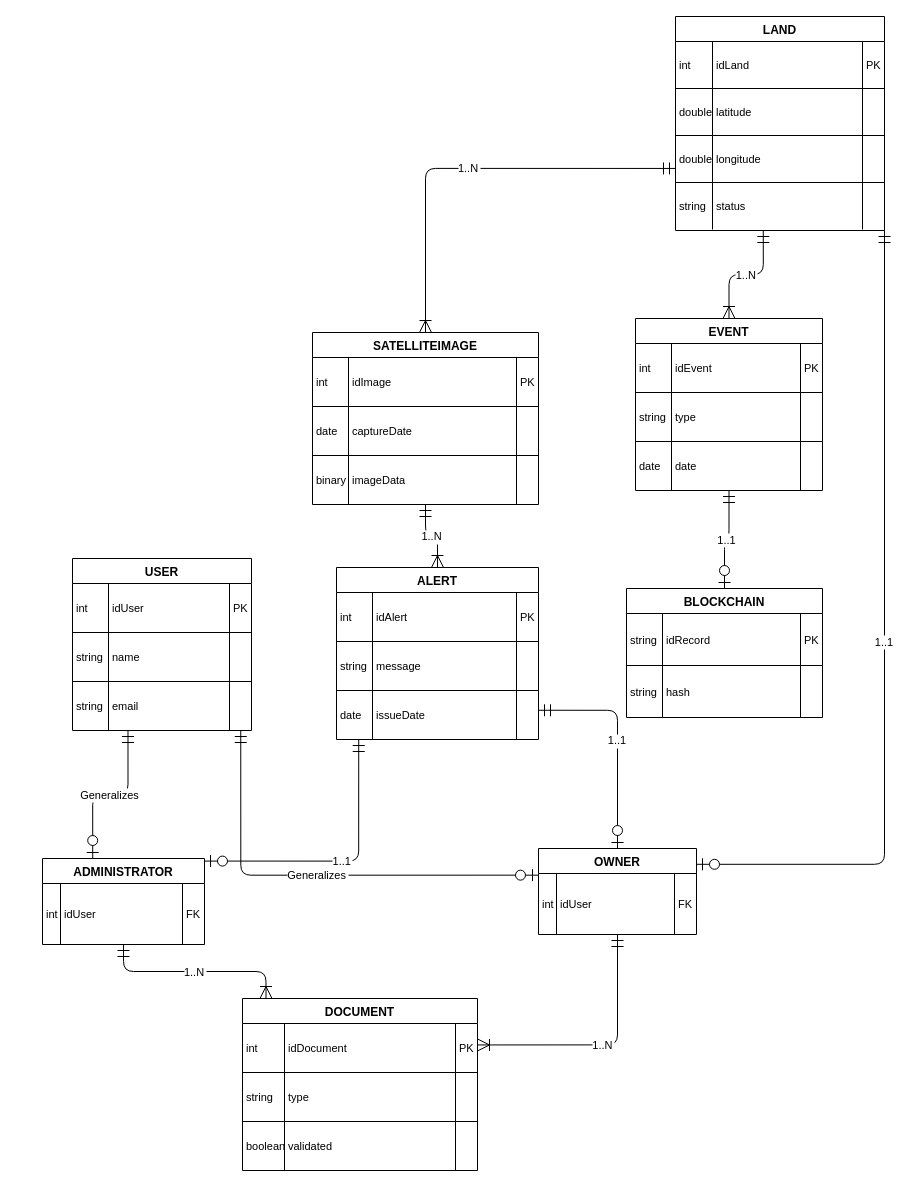
The draw.io diagram erd-diagram.drawio in PatentTerrenos/diagrams, before the edit. Source tidied: cells renumbered, new cells numbered last; positions are measured from the earlier drawing's top-left corner, leaving out a move shared by most shapes. Both pictures are drawn from the tidied source at 100%, with x=0, y=0 at pixel (42, 16).
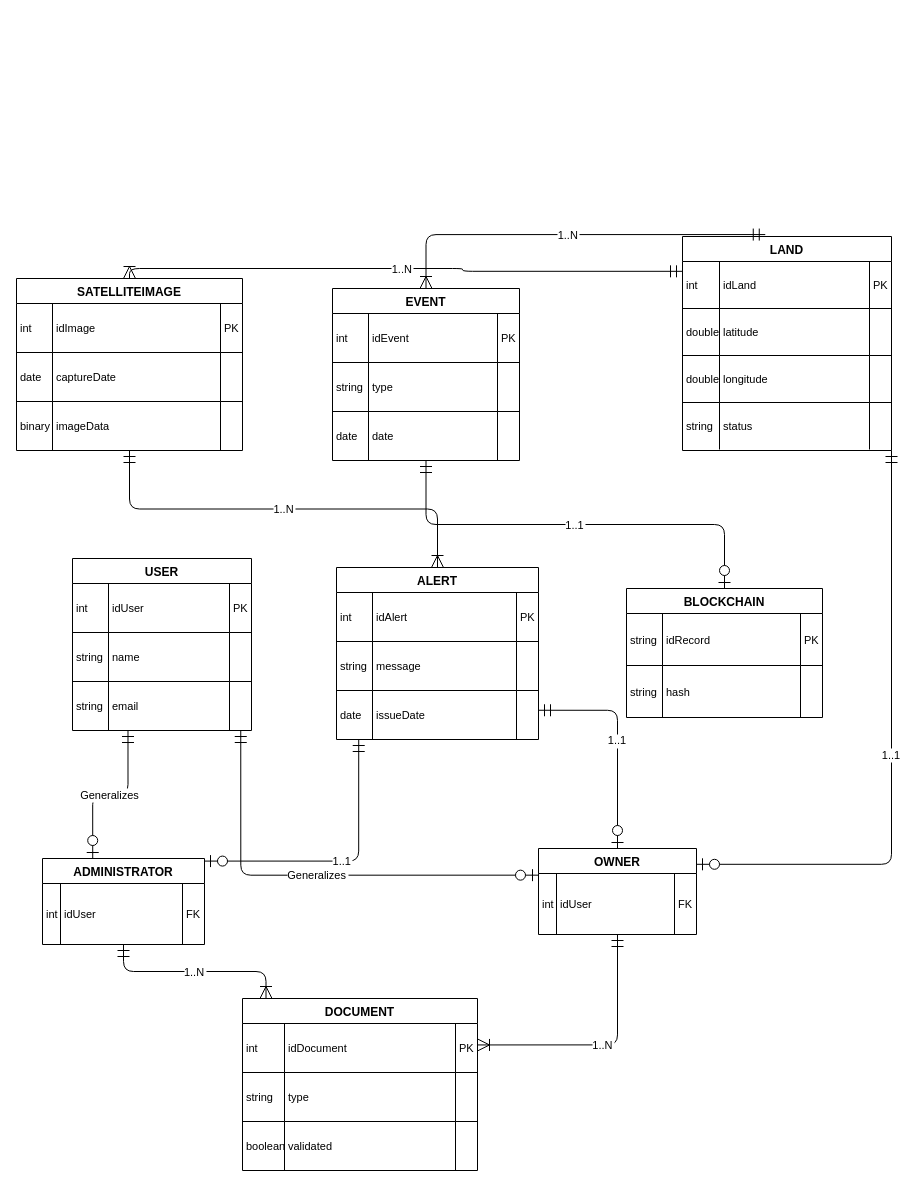
After the change.

The change refers to these unchanged cells:
```xml
<mxCell id="26" style="shape=tableRow;horizontal=0;startSize=0;swimlaneHead=0;swimlaneBody=0;fillColor=none;points=[[0,0.5],[1,0.5]];portConstraint=eastwest;top=0;left=0;right=0;bottom=0;" parent="25" vertex="1">
  <mxGeometry y="25" width="209" height="47" as="geometry" />
</mxCell>
```

The edit, as a diff of the source:
```diff
@@
     <mxCell id="25" value="LAND" style="shape=table;startSize=25;childLayout=tableLayout;rowLines=1;fontStyle=1;align=center;" parent="1" vertex="1">
-      <mxGeometry x="633" width="209" height="214" as="geometry" />
+      <mxGeometry x="640" y="220" width="209" height="214" as="geometry" />
     </mxCell>
@@
     <mxCell id="55" value="EVENT" style="shape=table;startSize=25;childLayout=tableLayout;rowLines=1;fontStyle=1;align=center;" parent="1" vertex="1">
-      <mxGeometry x="593" y="302" width="187" height="172" as="geometry" />
+      <mxGeometry x="290" y="272" width="187" height="172" as="geometry" />
     </mxCell>
@@
     <mxCell id="68" value="SATELLITEIMAGE" style="shape=table;startSize=25;childLayout=tableLayout;rowLines=1;fontStyle=1;align=center;" parent="1" vertex="1">
-      <mxGeometry x="270" y="316" width="226" height="172" as="geometry" />
+      <mxGeometry x="-26" y="262" width="226" height="172" as="geometry" />
     </mxCell>
@@
-    <mxCell id="106" value="1..N" style="startArrow=ERmandOne;startSize=10;endArrow=ERoneToMany;endSize=10;exitX=0.42;exitY=1;entryX=0.5;entryY=0;edgeStyle=orthogonalEdgeStyle;" parent="1" edge="1" source="25" target="55">
+    <mxCell id="106" value="1..N" style="startArrow=ERmandOne;startSize=10;endArrow=ERoneToMany;endSize=10;exitX=0.396;exitY=-0.009;entryX=0.5;entryY=0;edgeStyle=orthogonalEdgeStyle;exitDx=0;exitDy=0;exitPerimeter=0;elbow=vertical;" parent="1" edge="1" source="25" target="55">
       <mxGeometry relative="1" as="geometry" />
     </mxCell>
-    <mxCell id="107" value="1..N" style="startArrow=ERmandOne;startSize=10;endArrow=ERoneToMany;endSize=10;exitX=0;exitY=0.71;entryX=0.5;entryY=0;edgeStyle=orthogonalEdgeStyle;" parent="1" edge="1" source="25" target="68">
+    <mxCell id="107" value="1..N" style="startArrow=ERmandOne;startSize=10;endArrow=ERoneToMany;endSize=10;exitX=0;exitY=0.209;entryX=0.5;entryY=0;edgeStyle=orthogonalEdgeStyle;exitDx=0;exitDy=0;exitPerimeter=0;" parent="1" edge="1" source="26" target="68">
       <mxGeometry relative="1" as="geometry" />
     </mxCell>
```
